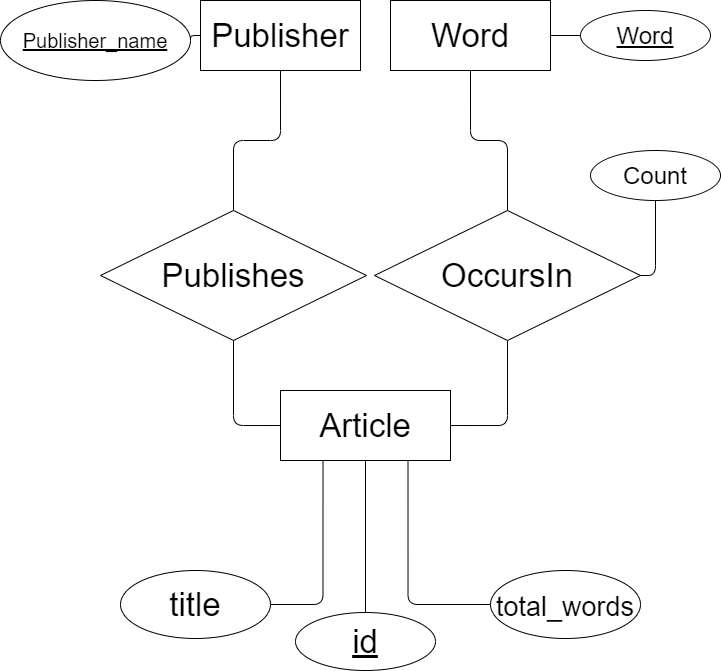
Earlier version of the draw.io export Images/new ER.drawio.png (chhoumann/p5). Source tidied: cells renumbered, new cells last; positions are measured from the earlier drawing's top-left corner, leaving out a move shared by most shapes. Source of this version:
```xml
<mxGraphModel>
  <root>
    <mxCell id="0" />
    <mxCell id="1" parent="0" />
    <mxCell id="2" style="edgeStyle=orthogonalEdgeStyle;rounded=1;jettySize=auto;html=1;exitX=0.5;exitY=1;exitDx=0;exitDy=0;entryX=0.5;entryY=0;entryDx=0;entryDy=0;endArrow=none;endFill=0;fontSize=33;" parent="1" edge="1" source="4" target="18">
      <mxGeometry relative="1" as="geometry" />
    </mxCell>
    <mxCell id="3" style="edgeStyle=orthogonalEdgeStyle;jettySize=auto;html=1;exitX=0;exitY=0.5;exitDx=0;exitDy=0;entryX=1;entryY=0.5;entryDx=0;entryDy=0;endArrow=none;endFill=0;fontSize=33;" parent="1" edge="1" source="4" target="12">
      <mxGeometry relative="1" as="geometry" />
    </mxCell>
    <mxCell id="4" value="Publisher" style="whiteSpace=wrap;html=1;align=center;fontSize=33;" parent="1" vertex="1">
      <mxGeometry x="200" width="160" height="70" as="geometry" />
    </mxCell>
    <mxCell id="5" style="edgeStyle=orthogonalEdgeStyle;jettySize=auto;html=1;exitX=1;exitY=0.5;exitDx=0;exitDy=0;entryX=0.5;entryY=1;entryDx=0;entryDy=0;endArrow=none;endFill=0;rounded=1;fontSize=33;" parent="1" edge="1" source="7" target="11">
      <mxGeometry relative="1" as="geometry" />
    </mxCell>
    <mxCell id="6" style="edgeStyle=orthogonalEdgeStyle;jettySize=auto;html=1;exitX=0.5;exitY=1;exitDx=0;exitDy=0;entryX=0.5;entryY=0;entryDx=0;entryDy=0;endArrow=none;endFill=0;fontSize=33;" parent="1" edge="1" source="7" target="16">
      <mxGeometry relative="1" as="geometry" />
    </mxCell>
    <mxCell id="7" value="Article" style="whiteSpace=wrap;html=1;align=center;fontSize=33;" parent="1" vertex="1">
      <mxGeometry x="280" y="390" width="170" height="70" as="geometry" />
    </mxCell>
    <mxCell id="8" style="edgeStyle=orthogonalEdgeStyle;rounded=1;jettySize=auto;html=1;exitX=0.5;exitY=1;exitDx=0;exitDy=0;entryX=0;entryY=0.5;entryDx=0;entryDy=0;endArrow=none;endFill=0;fontSize=33;" parent="1" edge="1" source="18" target="7">
      <mxGeometry relative="1" as="geometry" />
    </mxCell>
    <mxCell id="9" style="edgeStyle=orthogonalEdgeStyle;rounded=1;jettySize=auto;html=1;exitX=0.5;exitY=0;exitDx=0;exitDy=0;entryX=0.5;entryY=1;entryDx=0;entryDy=0;endArrow=none;endFill=0;fontSize=33;" parent="1" edge="1" source="11" target="20">
      <mxGeometry relative="1" as="geometry" />
    </mxCell>
    <mxCell id="10" style="edgeStyle=orthogonalEdgeStyle;jettySize=auto;html=1;exitX=1;exitY=0.5;exitDx=0;exitDy=0;entryX=1;entryY=0.5;entryDx=0;entryDy=0;endArrow=none;endFill=0;rounded=1;fontSize=33;" parent="1" edge="1" source="11" target="15">
      <mxGeometry relative="1" as="geometry">
        <Array as="points">
          <mxPoint x="655" y="275" />
        </Array>
      </mxGeometry>
    </mxCell>
    <mxCell id="11" value="OccursIn" style="shape=rhombus;perimeter=rhombusPerimeter;whiteSpace=wrap;html=1;align=center;fontSize=33;" parent="1" vertex="1">
      <mxGeometry x="374" y="210" width="266" height="130" as="geometry" />
    </mxCell>
    <mxCell id="12" value="&lt;u style=&quot;font-size: 20px;&quot;&gt;Publisher_name&lt;/u&gt;" style="ellipse;whiteSpace=wrap;html=1;align=center;fontSize=20;" parent="1" vertex="1">
      <mxGeometry width="190" height="80" as="geometry" />
    </mxCell>
    <mxCell id="13" style="edgeStyle=orthogonalEdgeStyle;rounded=1;jettySize=auto;html=1;exitX=1;exitY=0.5;exitDx=0;exitDy=0;entryX=0.25;entryY=1;entryDx=0;entryDy=0;fontSize=20;endArrow=none;endFill=0;" parent="1" edge="1" source="14" target="7">
      <mxGeometry relative="1" as="geometry" />
    </mxCell>
    <mxCell id="14" value="title" style="ellipse;whiteSpace=wrap;html=1;align=center;fontSize=33;" parent="1" vertex="1">
      <mxGeometry x="120" y="570" width="150" height="68" as="geometry" />
    </mxCell>
    <mxCell id="15" value="Count" style="ellipse;whiteSpace=wrap;html=1;align=center;direction=south;fontSize=24;" parent="1" vertex="1">
      <mxGeometry x="590" y="150" width="130" height="50" as="geometry" />
    </mxCell>
    <mxCell id="16" value="&lt;u style=&quot;font-size: 33px;&quot;&gt;id&lt;/u&gt;" style="ellipse;whiteSpace=wrap;html=1;align=center;fontSize=33;" parent="1" vertex="1">
      <mxGeometry x="295" y="612" width="140" height="58" as="geometry" />
    </mxCell>
    <mxCell id="17" style="edgeStyle=orthogonalEdgeStyle;rounded=1;jettySize=auto;html=1;exitX=0;exitY=0.5;exitDx=0;exitDy=0;entryX=0.75;entryY=1;entryDx=0;entryDy=0;fontSize=20;endArrow=none;endFill=0;" parent="1" edge="1" source="21" target="7">
      <mxGeometry relative="1" as="geometry" />
    </mxCell>
    <mxCell id="18" value="Publishes" style="shape=rhombus;perimeter=rhombusPerimeter;whiteSpace=wrap;html=1;align=center;fontSize=33;" parent="1" vertex="1">
      <mxGeometry x="100" y="210" width="266" height="130" as="geometry" />
    </mxCell>
    <mxCell id="19" style="edgeStyle=orthogonalEdgeStyle;rounded=1;jettySize=auto;html=1;exitX=1;exitY=0.5;exitDx=0;exitDy=0;entryX=0.5;entryY=1;entryDx=0;entryDy=0;fontSize=27;endArrow=none;endFill=0;" parent="1" edge="1" source="20" target="22">
      <mxGeometry relative="1" as="geometry" />
    </mxCell>
    <mxCell id="20" value="Word" style="whiteSpace=wrap;html=1;align=center;fontSize=33;" parent="1" vertex="1">
      <mxGeometry x="390" width="160" height="70" as="geometry" />
    </mxCell>
    <mxCell id="21" value="&lt;font style=&quot;font-size: 27px&quot;&gt;total_words&lt;/font&gt;" style="ellipse;whiteSpace=wrap;html=1;align=center;fontSize=33;" parent="1" vertex="1">
      <mxGeometry x="490" y="570" width="150" height="68" as="geometry" />
    </mxCell>
    <mxCell id="22" value="&lt;u&gt;Word&lt;/u&gt;" style="ellipse;whiteSpace=wrap;html=1;align=center;direction=south;fontSize=24;" parent="1" vertex="1">
      <mxGeometry x="580" y="10" width="130" height="50" as="geometry" />
    </mxCell>
  </root>
</mxGraphModel>
```
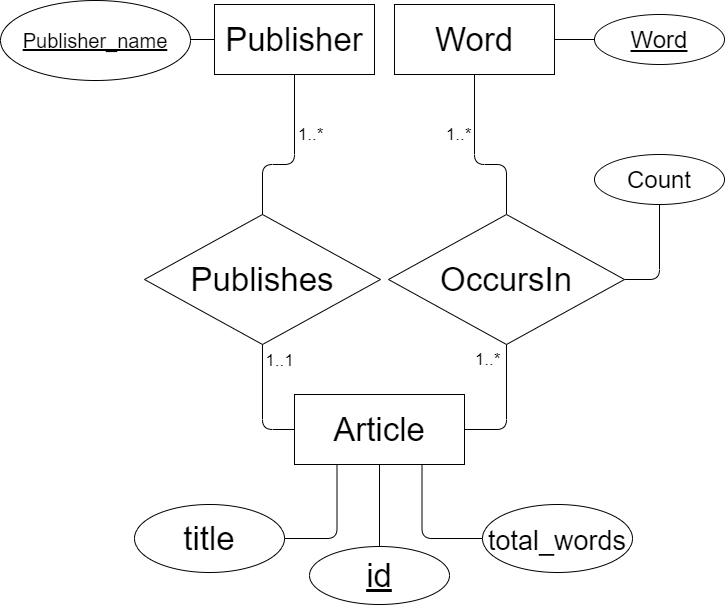
After the commit.

Commit message:
Appendix, figure and referencing the appendix

Diff of the diagram source:
```diff
@@ -2,72 +2,103 @@
   <root>
     <mxCell id="0" />
     <mxCell id="1" parent="0" />
-    <mxCell id="2" style="edgeStyle=orthogonalEdgeStyle;rounded=1;jettySize=auto;html=1;exitX=0.5;exitY=1;exitDx=0;exitDy=0;entryX=0.5;entryY=0;entryDx=0;entryDy=0;endArrow=none;endFill=0;fontSize=33;" parent="1" edge="1" source="4" target="18">
-      <mxGeometry relative="1" as="geometry" />
+    <mxCell id="2" style="edgeStyle=orthogonalEdgeStyle;rounded=1;jettySize=auto;html=1;exitX=0.5;exitY=1;exitDx=0;exitDy=0;entryX=0.5;entryY=0;entryDx=0;entryDy=0;endArrow=none;endFill=0;fontSize=33;" parent="1" edge="1" source="5" target="22">
+      <mxGeometry relative="1" as="geometry">
+        <Array as="points">
+          <mxPoint x="280" y="160" />
+          <mxPoint x="248" y="160" />
+        </Array>
+      </mxGeometry>
     </mxCell>
-    <mxCell id="3" style="edgeStyle=orthogonalEdgeStyle;jettySize=auto;html=1;exitX=0;exitY=0.5;exitDx=0;exitDy=0;entryX=1;entryY=0.5;entryDx=0;entryDy=0;endArrow=none;endFill=0;fontSize=33;" parent="1" edge="1" source="4" target="12">
-      <mxGeometry relative="1" as="geometry" />
+    <mxCell id="3" value="1..*" style="edgeLabel;html=1;align=center;verticalAlign=middle;fontSize=17;" parent="2" vertex="1">
+      <mxGeometry x="-0.36" y="-1" relative="1" as="geometry">
+        <mxPoint x="17" y="5" as="offset" />
+      </mxGeometry>
     </mxCell>
-    <mxCell id="4" value="Publisher" style="whiteSpace=wrap;html=1;align=center;fontSize=33;" parent="1" vertex="1">
-      <mxGeometry x="200" width="160" height="70" as="geometry" />
+    <mxCell id="4" style="edgeStyle=orthogonalEdgeStyle;jettySize=auto;html=1;exitX=0;exitY=0.5;exitDx=0;exitDy=0;entryX=1;entryY=0.5;entryDx=0;entryDy=0;endArrow=none;endFill=0;fontSize=33;" parent="1" edge="1" source="5" target="16">
+      <mxGeometry relative="1" as="geometry" />
     </mxCell>
-    <mxCell id="5" style="edgeStyle=orthogonalEdgeStyle;jettySize=auto;html=1;exitX=1;exitY=0.5;exitDx=0;exitDy=0;entryX=0.5;entryY=1;entryDx=0;entryDy=0;endArrow=none;endFill=0;rounded=1;fontSize=33;" parent="1" edge="1" source="7" target="11">
-      <mxGeometry relative="1" as="geometry" />
+    <mxCell id="5" value="Publisher" style="whiteSpace=wrap;html=1;align=center;fontSize=33;" parent="1" vertex="1">
+      <mxGeometry x="200" width="160" height="70" as="geometry" />
     </mxCell>
-    <mxCell id="6" style="edgeStyle=orthogonalEdgeStyle;jettySize=auto;html=1;exitX=0.5;exitY=1;exitDx=0;exitDy=0;entryX=0.5;entryY=0;entryDx=0;entryDy=0;endArrow=none;endFill=0;fontSize=33;" parent="1" edge="1" source="7" target="16">
+    <mxCell id="6" style="edgeStyle=orthogonalEdgeStyle;jettySize=auto;html=1;exitX=1;exitY=0.5;exitDx=0;exitDy=0;entryX=0.5;entryY=1;entryDx=0;entryDy=0;endArrow=none;endFill=0;rounded=1;fontSize=33;" parent="1" edge="1" source="9" target="15">
       <mxGeometry relative="1" as="geometry" />
     </mxCell>
-    <mxCell id="7" value="Article" style="whiteSpace=wrap;html=1;align=center;fontSize=33;" parent="1" vertex="1">
-      <mxGeometry x="280" y="390" width="170" height="70" as="geometry" />
+    <mxCell id="7" value="1..*" style="edgeLabel;html=1;align=center;verticalAlign=middle;points=[];fontSize=17;" parent="6" vertex="1">
+      <mxGeometry x="0.53" y="-1" relative="1" as="geometry">
+        <mxPoint x="-20" y="-15" as="offset" />
+      </mxGeometry>
     </mxCell>
-    <mxCell id="8" style="edgeStyle=orthogonalEdgeStyle;rounded=1;jettySize=auto;html=1;exitX=0.5;exitY=1;exitDx=0;exitDy=0;entryX=0;entryY=0.5;entryDx=0;entryDy=0;endArrow=none;endFill=0;fontSize=33;" parent="1" edge="1" source="18" target="7">
+    <mxCell id="8" style="edgeStyle=orthogonalEdgeStyle;jettySize=auto;html=1;exitX=0.5;exitY=1;exitDx=0;exitDy=0;entryX=0.5;entryY=0;entryDx=0;entryDy=0;endArrow=none;endFill=0;fontSize=33;" parent="1" edge="1" source="9" target="20">
       <mxGeometry relative="1" as="geometry" />
     </mxCell>
-    <mxCell id="9" style="edgeStyle=orthogonalEdgeStyle;rounded=1;jettySize=auto;html=1;exitX=0.5;exitY=0;exitDx=0;exitDy=0;entryX=0.5;entryY=1;entryDx=0;entryDy=0;endArrow=none;endFill=0;fontSize=33;" parent="1" edge="1" source="11" target="20">
-      <mxGeometry relative="1" as="geometry" />
+    <mxCell id="9" value="Article" style="whiteSpace=wrap;html=1;align=center;fontSize=33;" parent="1" vertex="1">
+      <mxGeometry x="280" y="390" width="170" height="70" as="geometry" />
     </mxCell>
-    <mxCell id="10" style="edgeStyle=orthogonalEdgeStyle;jettySize=auto;html=1;exitX=1;exitY=0.5;exitDx=0;exitDy=0;entryX=1;entryY=0.5;entryDx=0;entryDy=0;endArrow=none;endFill=0;rounded=1;fontSize=33;" parent="1" edge="1" source="11" target="15">
-      <mxGeometry relative="1" as="geometry">
-        <Array as="points">
-          <mxPoint x="655" y="275" />
-        </Array>
-      </mxGeometry>
+    <mxCell id="10" style="edgeStyle=orthogonalEdgeStyle;rounded=1;jettySize=auto;html=1;exitX=0.5;exitY=1;exitDx=0;exitDy=0;entryX=0;entryY=0.5;entryDx=0;entryDy=0;endArrow=none;endFill=0;fontSize=33;" parent="1" edge="1" source="22" target="9">
+      <mxGeometry relative="1" as="geometry" />
     </mxCell>
-    <mxCell id="11" value="OccursIn" style="shape=rhombus;perimeter=rhombusPerimeter;whiteSpace=wrap;html=1;align=center;fontSize=33;" parent="1" vertex="1">
-      <mxGeometry x="374" y="210" width="266" height="130" as="geometry" />
+    <mxCell id="11" value="1..1" style="edgeLabel;html=1;align=center;verticalAlign=middle;points=[];fontSize=17;" parent="10" vertex="1">
+      <mxGeometry x="-0.69" relative="1" as="geometry">
+        <mxPoint x="17" y="-3" as="offset" />
+      </mxGeometry>
     </mxCell>
-    <mxCell id="12" value="&lt;u style=&quot;font-size: 20px;&quot;&gt;Publisher_name&lt;/u&gt;" style="ellipse;whiteSpace=wrap;html=1;align=center;fontSize=20;" parent="1" vertex="1">
-      <mxGeometry width="190" height="80" as="geometry" />
+    <mxCell id="12" style="edgeStyle=orthogonalEdgeStyle;rounded=1;jettySize=auto;html=1;exitX=0.5;exitY=0;exitDx=0;exitDy=0;entryX=0.5;entryY=1;entryDx=0;entryDy=0;endArrow=none;endFill=0;fontSize=33;" parent="1" edge="1" source="15" target="24">
+      <mxGeometry relative="1" as="geometry">
+        <Array as="points">
+          <mxPoint x="492" y="160" />
+          <mxPoint x="460" y="160" />
+          <mxPoint x="460" y="70" />
+        </Array>
+      </mxGeometry>
     </mxCell>
-    <mxCell id="13" style="edgeStyle=orthogonalEdgeStyle;rounded=1;jettySize=auto;html=1;exitX=1;exitY=0.5;exitDx=0;exitDy=0;entryX=0.25;entryY=1;entryDx=0;entryDy=0;fontSize=20;endArrow=none;endFill=0;" parent="1" edge="1" source="14" target="7">
-      <mxGeometry relative="1" as="geometry" />
+    <mxCell id="13" value="1..*" style="edgeLabel;html=1;align=center;verticalAlign=middle;fontSize=17;" parent="12" vertex="1">
+      <mxGeometry x="-0.33" y="2" relative="1" as="geometry">
+        <mxPoint x="-41" y="-32" as="offset" />
+      </mxGeometry>
     </mxCell>
-    <mxCell id="14" value="title" style="ellipse;whiteSpace=wrap;html=1;align=center;fontSize=33;" parent="1" vertex="1">
-      <mxGeometry x="120" y="570" width="150" height="68" as="geometry" />
+    <mxCell id="14" style="edgeStyle=orthogonalEdgeStyle;jettySize=auto;html=1;exitX=1;exitY=0.5;exitDx=0;exitDy=0;entryX=1;entryY=0.5;entryDx=0;entryDy=0;endArrow=none;endFill=0;rounded=1;fontSize=33;" parent="1" edge="1" source="15" target="19">
+      <mxGeometry relative="1" as="geometry">
+        <Array as="points">
+          <mxPoint x="645" y="275" />
+        </Array>
+      </mxGeometry>
     </mxCell>
-    <mxCell id="15" value="Count" style="ellipse;whiteSpace=wrap;html=1;align=center;direction=south;fontSize=24;" parent="1" vertex="1">
-      <mxGeometry x="590" y="150" width="130" height="50" as="geometry" />
+    <mxCell id="15" value="OccursIn" style="shape=rhombus;perimeter=rhombusPerimeter;whiteSpace=wrap;html=1;align=center;fontSize=33;" parent="1" vertex="1">
+      <mxGeometry x="374" y="210" width="236" height="130" as="geometry" />
     </mxCell>
-    <mxCell id="16" value="&lt;u style=&quot;font-size: 33px;&quot;&gt;id&lt;/u&gt;" style="ellipse;whiteSpace=wrap;html=1;align=center;fontSize=33;" parent="1" vertex="1">
-      <mxGeometry x="295" y="612" width="140" height="58" as="geometry" />
+    <mxCell id="16" value="&lt;u style=&quot;font-size: 20px;&quot;&gt;Publisher_name&lt;/u&gt;" style="ellipse;whiteSpace=wrap;html=1;align=center;fontSize=20;" parent="1" vertex="1">
+      <mxGeometry x="-14" y="-4" width="190" height="80" as="geometry" />
     </mxCell>
-    <mxCell id="17" style="edgeStyle=orthogonalEdgeStyle;rounded=1;jettySize=auto;html=1;exitX=0;exitY=0.5;exitDx=0;exitDy=0;entryX=0.75;entryY=1;entryDx=0;entryDy=0;fontSize=20;endArrow=none;endFill=0;" parent="1" edge="1" source="21" target="7">
+    <mxCell id="17" style="edgeStyle=orthogonalEdgeStyle;rounded=1;jettySize=auto;html=1;exitX=1;exitY=0.5;exitDx=0;exitDy=0;entryX=0.25;entryY=1;entryDx=0;entryDy=0;fontSize=20;endArrow=none;endFill=0;" parent="1" edge="1" source="18" target="9">
       <mxGeometry relative="1" as="geometry" />
     </mxCell>
-    <mxCell id="18" value="Publishes" style="shape=rhombus;perimeter=rhombusPerimeter;whiteSpace=wrap;html=1;align=center;fontSize=33;" parent="1" vertex="1">
-      <mxGeometry x="100" y="210" width="266" height="130" as="geometry" />
+    <mxCell id="18" value="title" style="ellipse;whiteSpace=wrap;html=1;align=center;fontSize=33;" parent="1" vertex="1">
+      <mxGeometry x="120" y="500" width="150" height="68" as="geometry" />
     </mxCell>
-    <mxCell id="19" style="edgeStyle=orthogonalEdgeStyle;rounded=1;jettySize=auto;html=1;exitX=1;exitY=0.5;exitDx=0;exitDy=0;entryX=0.5;entryY=1;entryDx=0;entryDy=0;fontSize=27;endArrow=none;endFill=0;" parent="1" edge="1" source="20" target="22">
-      <mxGeometry relative="1" as="geometry" />
+    <mxCell id="19" value="Count" style="ellipse;whiteSpace=wrap;html=1;align=center;direction=south;fontSize=24;" parent="1" vertex="1">
+      <mxGeometry x="580" y="150" width="130" height="50" as="geometry" />
     </mxCell>
-    <mxCell id="20" value="Word" style="whiteSpace=wrap;html=1;align=center;fontSize=33;" parent="1" vertex="1">
-      <mxGeometry x="390" width="160" height="70" as="geometry" />
+    <mxCell id="20" value="&lt;u style=&quot;font-size: 33px;&quot;&gt;id&lt;/u&gt;" style="ellipse;whiteSpace=wrap;html=1;align=center;fontSize=33;" parent="1" vertex="1">
+      <mxGeometry x="295" y="542" width="140" height="58" as="geometry" />
     </mxCell>
-    <mxCell id="21" value="&lt;font style=&quot;font-size: 27px&quot;&gt;total_words&lt;/font&gt;" style="ellipse;whiteSpace=wrap;html=1;align=center;fontSize=33;" parent="1" vertex="1">
-      <mxGeometry x="490" y="570" width="150" height="68" as="geometry" />
+    <mxCell id="21" style="edgeStyle=orthogonalEdgeStyle;rounded=1;jettySize=auto;html=1;exitX=0;exitY=0.5;exitDx=0;exitDy=0;entryX=0.75;entryY=1;entryDx=0;entryDy=0;fontSize=20;endArrow=none;endFill=0;" parent="1" edge="1" source="25" target="9">
+      <mxGeometry relative="1" as="geometry" />
     </mxCell>
-    <mxCell id="22" value="&lt;u&gt;Word&lt;/u&gt;" style="ellipse;whiteSpace=wrap;html=1;align=center;direction=south;fontSize=24;" parent="1" vertex="1">
-      <mxGeometry x="580" y="10" width="130" height="50" as="geometry" />
+    <mxCell id="22" value="Publishes" style="shape=rhombus;perimeter=rhombusPerimeter;whiteSpace=wrap;html=1;align=center;fontSize=33;" parent="1" vertex="1">
+      <mxGeometry x="130" y="210" width="236" height="130" as="geometry" />
     </mxCell>
+    <mxCell id="23" style="edgeStyle=orthogonalEdgeStyle;rounded=1;jettySize=auto;html=1;exitX=1;exitY=0.5;exitDx=0;exitDy=0;entryX=0.5;entryY=1;entryDx=0;entryDy=0;fontSize=27;endArrow=none;endFill=0;" parent="1" edge="1" source="24" target="26">
+      <mxGeometry relative="1" as="geometry" />
+    </mxCell>
+    <mxCell id="24" value="Word" style="whiteSpace=wrap;html=1;align=center;fontSize=33;" parent="1" vertex="1">
+      <mxGeometry x="380" width="160" height="70" as="geometry" />
+    </mxCell>
+    <mxCell id="25" value="&lt;font style=&quot;font-size: 27px&quot;&gt;total_words&lt;/font&gt;" style="ellipse;whiteSpace=wrap;html=1;align=center;fontSize=33;" parent="1" vertex="1">
+      <mxGeometry x="468" y="500" width="150" height="68" as="geometry" />
+    </mxCell>
+    <mxCell id="26" value="&lt;u&gt;Word&lt;/u&gt;" style="ellipse;whiteSpace=wrap;html=1;align=center;direction=south;fontSize=24;" parent="1" vertex="1">
+      <mxGeometry x="580" y="10" width="130" height="50" as="geometry" />
+    </mxCell>
   </root>
 </mxGraphModel>
```
